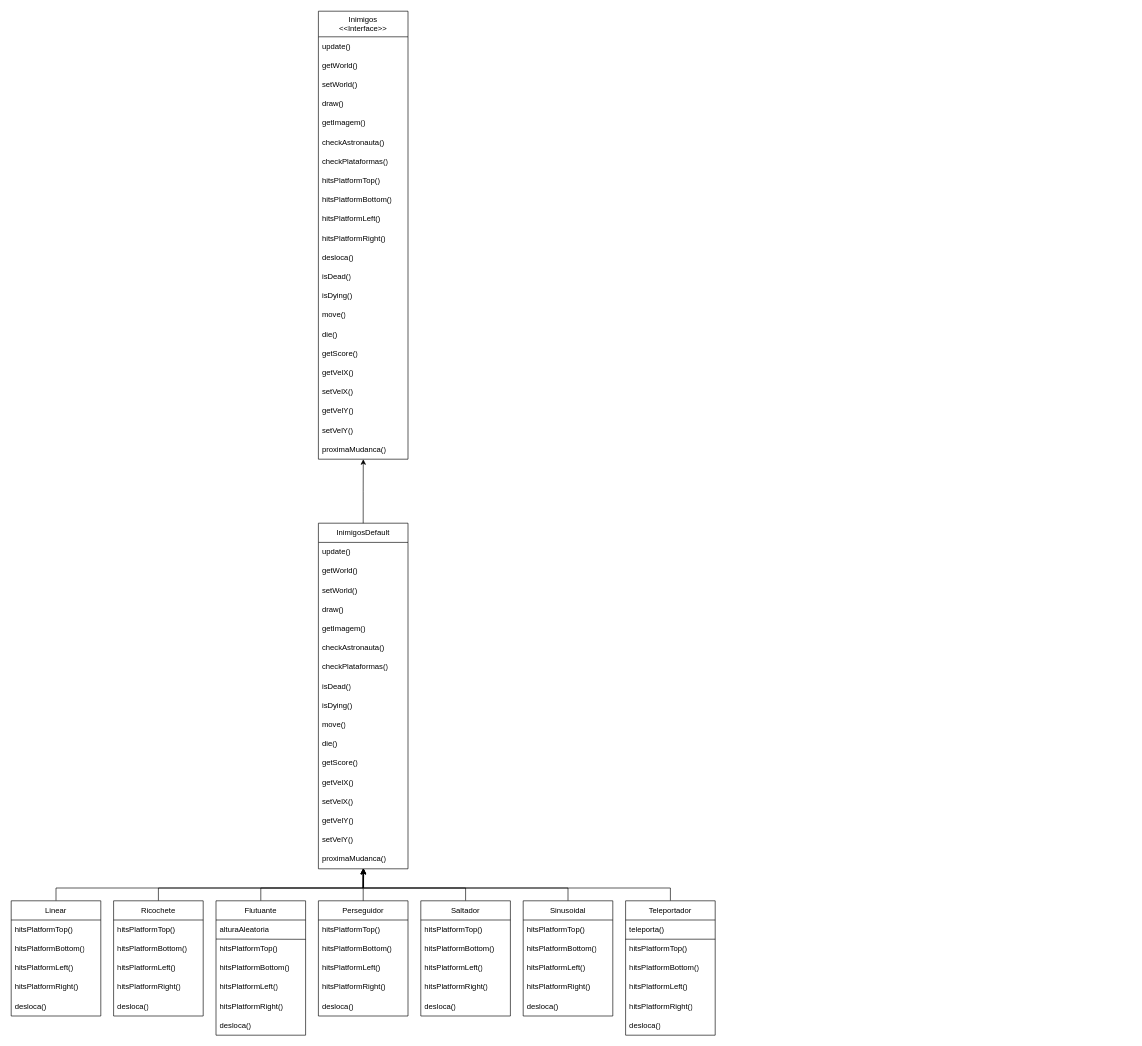
DilanPereira/Programacao keeps this draw.io diagram as Untitled Diagram.drawio. Above is the earlier version. Source tidied: cells renumbered, new cells numbered last; positions are measured from the earlier drawing's top-left corner, leaving out a move shared by most shapes. Both pictures are drawn from the tidied source at 64%, with x=0, y=0 at pixel (11, 11).
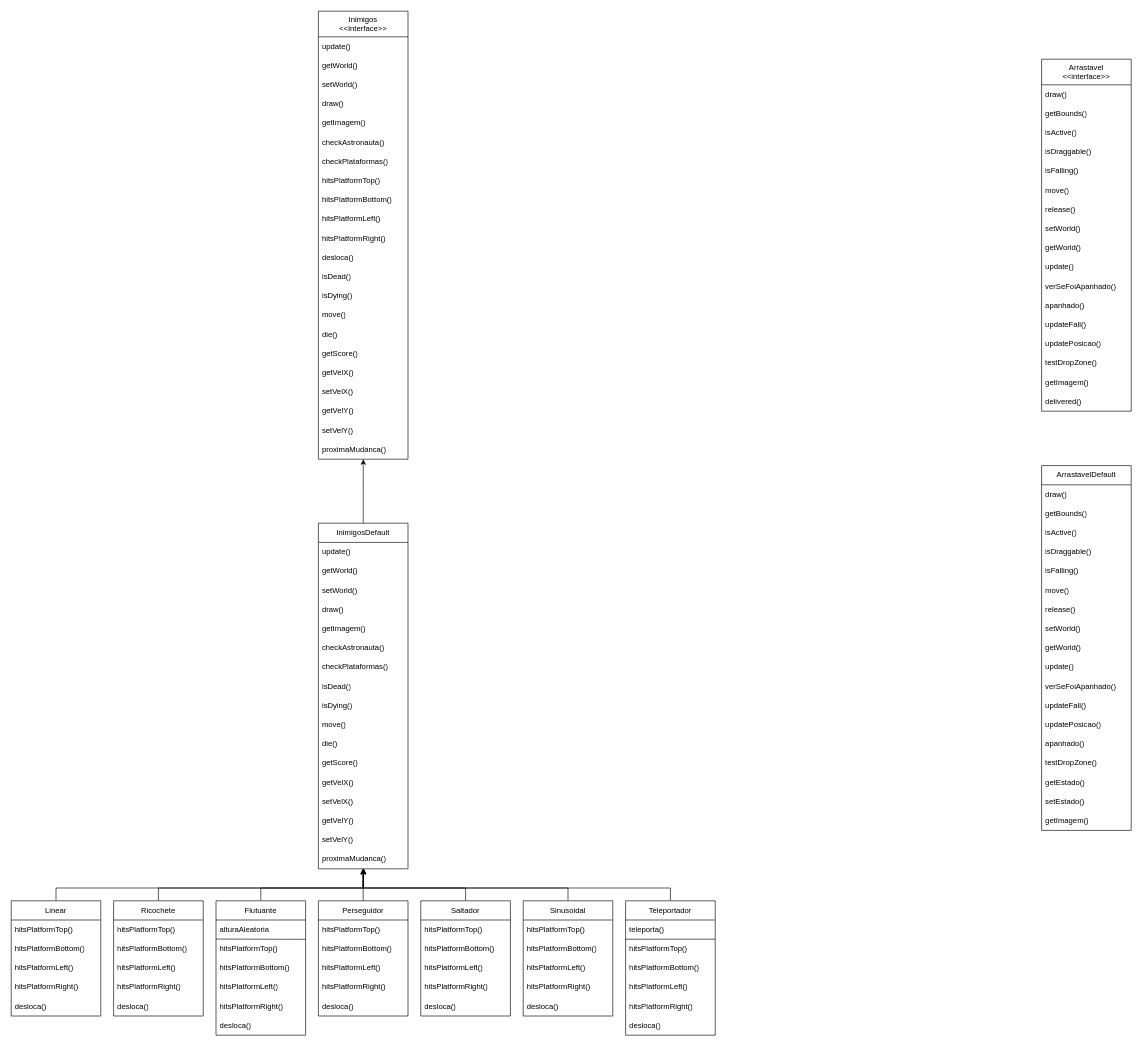
The same diagram, later.

The edit, as a diff of the source:
```diff
@@
+    <mxCell id="97" value="&lt;div&gt;Arrastavel&lt;/div&gt;&lt;div&gt;&amp;lt;&amp;lt;interface&amp;gt;&amp;gt;&lt;/div&gt;" style="swimlane;fontStyle=0;horizontal=1;startSize=40;whiteSpace=wrap;html=1;" parent="1" vertex="1">
+      <mxGeometry x="1610" y="75" width="140" height="550" as="geometry" />
+    </mxCell>
+    <mxCell id="98" value="draw()" style="text;strokeColor=none;fillColor=none;align=left;verticalAlign=middle;spacingLeft=4;spacingRight=4;overflow=hidden;whiteSpace=wrap;html=1;" parent="97" vertex="1">
+      <mxGeometry y="40" width="140" height="30" as="geometry" />
+    </mxCell>
+    <mxCell id="99" value="getBounds()" style="text;strokeColor=none;fillColor=none;align=left;verticalAlign=middle;spacingLeft=4;spacingRight=4;overflow=hidden;whiteSpace=wrap;html=1;" parent="97" vertex="1">
+      <mxGeometry y="70" width="140" height="30" as="geometry" />
+    </mxCell>
+    <mxCell id="100" value="isActive()" style="text;strokeColor=none;fillColor=none;align=left;verticalAlign=middle;spacingLeft=4;spacingRight=4;overflow=hidden;whiteSpace=wrap;html=1;" parent="97" vertex="1">
+      <mxGeometry y="100" width="140" height="30" as="geometry" />
+    </mxCell>
+    <mxCell id="101" value="isDraggable()" style="text;strokeColor=none;fillColor=none;align=left;verticalAlign=middle;spacingLeft=4;spacingRight=4;overflow=hidden;whiteSpace=wrap;html=1;" parent="97" vertex="1">
+      <mxGeometry y="130" width="140" height="30" as="geometry" />
+    </mxCell>
+    <mxCell id="102" value="isFalling()" style="text;strokeColor=none;fillColor=none;align=left;verticalAlign=middle;spacingLeft=4;spacingRight=4;overflow=hidden;whiteSpace=wrap;html=1;" parent="97" vertex="1">
+      <mxGeometry y="160" width="140" height="30" as="geometry" />
+    </mxCell>
+    <mxCell id="103" value="move()" style="text;strokeColor=none;fillColor=none;align=left;verticalAlign=middle;spacingLeft=4;spacingRight=4;overflow=hidden;whiteSpace=wrap;html=1;" parent="97" vertex="1">
+      <mxGeometry y="190" width="140" height="30" as="geometry" />
+    </mxCell>
+    <mxCell id="104" value="release()" style="text;strokeColor=none;fillColor=none;align=left;verticalAlign=middle;spacingLeft=4;spacingRight=4;overflow=hidden;whiteSpace=wrap;html=1;" parent="97" vertex="1">
+      <mxGeometry y="220" width="140" height="30" as="geometry" />
+    </mxCell>
+    <mxCell id="105" value="setWorld()" style="text;strokeColor=none;fillColor=none;align=left;verticalAlign=middle;spacingLeft=4;spacingRight=4;overflow=hidden;whiteSpace=wrap;html=1;" parent="97" vertex="1">
+      <mxGeometry y="250" width="140" height="30" as="geometry" />
+    </mxCell>
+    <mxCell id="106" value="getWorld()" style="text;strokeColor=none;fillColor=none;align=left;verticalAlign=middle;spacingLeft=4;spacingRight=4;overflow=hidden;whiteSpace=wrap;html=1;" parent="97" vertex="1">
+      <mxGeometry y="280" width="140" height="30" as="geometry" />
+    </mxCell>
+    <mxCell id="107" value="update()" style="text;strokeColor=none;fillColor=none;align=left;verticalAlign=middle;spacingLeft=4;spacingRight=4;overflow=hidden;whiteSpace=wrap;html=1;" parent="97" vertex="1">
+      <mxGeometry y="310" width="140" height="30" as="geometry" />
+    </mxCell>
+    <mxCell id="108" value="verSeFoiApanhado()" style="text;strokeColor=none;fillColor=none;align=left;verticalAlign=middle;spacingLeft=4;spacingRight=4;overflow=hidden;whiteSpace=wrap;html=1;" parent="97" vertex="1">
+      <mxGeometry y="340" width="140" height="30" as="geometry" />
+    </mxCell>
+    <mxCell id="109" value="apanhado()" style="text;strokeColor=none;fillColor=none;align=left;verticalAlign=middle;spacingLeft=4;spacingRight=4;overflow=hidden;whiteSpace=wrap;html=1;" parent="97" vertex="1">
+      <mxGeometry y="370" width="140" height="30" as="geometry" />
+    </mxCell>
+    <mxCell id="110" value="updateFall()" style="text;strokeColor=none;fillColor=none;align=left;verticalAlign=middle;spacingLeft=4;spacingRight=4;overflow=hidden;whiteSpace=wrap;html=1;" parent="97" vertex="1">
+      <mxGeometry y="400" width="140" height="30" as="geometry" />
+    </mxCell>
+    <mxCell id="111" value="updatePosicao()" style="text;strokeColor=none;fillColor=none;align=left;verticalAlign=middle;spacingLeft=4;spacingRight=4;overflow=hidden;whiteSpace=wrap;html=1;" parent="97" vertex="1">
+      <mxGeometry y="430" width="140" height="30" as="geometry" />
+    </mxCell>
+    <mxCell id="112" value="testDropZone()" style="text;strokeColor=none;fillColor=none;align=left;verticalAlign=middle;spacingLeft=4;spacingRight=4;overflow=hidden;whiteSpace=wrap;html=1;" parent="97" vertex="1">
+      <mxGeometry y="460" width="140" height="30" as="geometry" />
+    </mxCell>
+    <mxCell id="113" value="getImagem()" style="text;strokeColor=none;fillColor=none;align=left;verticalAlign=middle;spacingLeft=4;spacingRight=4;overflow=hidden;whiteSpace=wrap;html=1;" parent="97" vertex="1">
+      <mxGeometry y="490" width="140" height="30" as="geometry" />
+    </mxCell>
+    <mxCell id="114" value="delivered()" style="text;strokeColor=none;fillColor=none;align=left;verticalAlign=middle;spacingLeft=4;spacingRight=4;overflow=hidden;whiteSpace=wrap;html=1;" parent="97" vertex="1">
+      <mxGeometry y="520" width="140" height="30" as="geometry" />
+    </mxCell>
+    <mxCell id="115" value="ArrastavelDefault" style="swimlane;fontStyle=0;horizontal=1;startSize=30;whiteSpace=wrap;html=1;" parent="1" vertex="1">
+      <mxGeometry x="1610" y="710" width="140" height="570" as="geometry" />
+    </mxCell>
+    <mxCell id="116" value="draw()" style="text;strokeColor=none;fillColor=none;align=left;verticalAlign=middle;spacingLeft=4;spacingRight=4;overflow=hidden;whiteSpace=wrap;html=1;" parent="115" vertex="1">
+      <mxGeometry y="30" width="140" height="30" as="geometry" />
+    </mxCell>
+    <mxCell id="117" value="getBounds()" style="text;strokeColor=none;fillColor=none;align=left;verticalAlign=middle;spacingLeft=4;spacingRight=4;overflow=hidden;whiteSpace=wrap;html=1;" parent="115" vertex="1">
+      <mxGeometry y="60" width="140" height="30" as="geometry" />
+    </mxCell>
+    <mxCell id="118" value="isActive()" style="text;strokeColor=none;fillColor=none;align=left;verticalAlign=middle;spacingLeft=4;spacingRight=4;overflow=hidden;whiteSpace=wrap;html=1;" parent="115" vertex="1">
+      <mxGeometry y="90" width="140" height="30" as="geometry" />
+    </mxCell>
+    <mxCell id="119" value="isDraggable()" style="text;strokeColor=none;fillColor=none;align=left;verticalAlign=middle;spacingLeft=4;spacingRight=4;overflow=hidden;whiteSpace=wrap;html=1;" parent="115" vertex="1">
+      <mxGeometry y="120" width="140" height="30" as="geometry" />
+    </mxCell>
+    <mxCell id="120" value="isFalling()" style="text;strokeColor=none;fillColor=none;align=left;verticalAlign=middle;spacingLeft=4;spacingRight=4;overflow=hidden;whiteSpace=wrap;html=1;" parent="115" vertex="1">
+      <mxGeometry y="150" width="140" height="30" as="geometry" />
+    </mxCell>
+    <mxCell id="121" value="move()" style="text;strokeColor=none;fillColor=none;align=left;verticalAlign=middle;spacingLeft=4;spacingRight=4;overflow=hidden;whiteSpace=wrap;html=1;" parent="115" vertex="1">
+      <mxGeometry y="180" width="140" height="30" as="geometry" />
+    </mxCell>
+    <mxCell id="122" value="release()" style="text;strokeColor=none;fillColor=none;align=left;verticalAlign=middle;spacingLeft=4;spacingRight=4;overflow=hidden;whiteSpace=wrap;html=1;" parent="115" vertex="1">
+      <mxGeometry y="210" width="140" height="30" as="geometry" />
+    </mxCell>
+    <mxCell id="123" value="setWorld()" style="text;strokeColor=none;fillColor=none;align=left;verticalAlign=middle;spacingLeft=4;spacingRight=4;overflow=hidden;whiteSpace=wrap;html=1;" parent="115" vertex="1">
+      <mxGeometry y="240" width="140" height="30" as="geometry" />
+    </mxCell>
+    <mxCell id="124" value="getWorld()" style="text;strokeColor=none;fillColor=none;align=left;verticalAlign=middle;spacingLeft=4;spacingRight=4;overflow=hidden;whiteSpace=wrap;html=1;" parent="115" vertex="1">
+      <mxGeometry y="270" width="140" height="30" as="geometry" />
+    </mxCell>
+    <mxCell id="125" value="update()" style="text;strokeColor=none;fillColor=none;align=left;verticalAlign=middle;spacingLeft=4;spacingRight=4;overflow=hidden;whiteSpace=wrap;html=1;" parent="115" vertex="1">
+      <mxGeometry y="300" width="140" height="30" as="geometry" />
+    </mxCell>
+    <mxCell id="126" value="verSeFoiApanhado()" style="text;strokeColor=none;fillColor=none;align=left;verticalAlign=middle;spacingLeft=4;spacingRight=4;overflow=hidden;whiteSpace=wrap;html=1;" parent="115" vertex="1">
+      <mxGeometry y="330" width="140" height="30" as="geometry" />
+    </mxCell>
+    <mxCell id="127" value="updateFall()" style="text;strokeColor=none;fillColor=none;align=left;verticalAlign=middle;spacingLeft=4;spacingRight=4;overflow=hidden;whiteSpace=wrap;html=1;" parent="115" vertex="1">
+      <mxGeometry y="360" width="140" height="30" as="geometry" />
+    </mxCell>
+    <mxCell id="128" value="updatePosicao()" style="text;strokeColor=none;fillColor=none;align=left;verticalAlign=middle;spacingLeft=4;spacingRight=4;overflow=hidden;whiteSpace=wrap;html=1;" parent="115" vertex="1">
+      <mxGeometry y="390" width="140" height="30" as="geometry" />
+    </mxCell>
+    <mxCell id="129" value="apanhado()" style="text;strokeColor=none;fillColor=none;align=left;verticalAlign=middle;spacingLeft=4;spacingRight=4;overflow=hidden;whiteSpace=wrap;html=1;" parent="115" vertex="1">
+      <mxGeometry y="420" width="140" height="30" as="geometry" />
+    </mxCell>
+    <mxCell id="130" value="testDropZone()" style="text;strokeColor=none;fillColor=none;align=left;verticalAlign=middle;spacingLeft=4;spacingRight=4;overflow=hidden;whiteSpace=wrap;html=1;" parent="115" vertex="1">
+      <mxGeometry y="450" width="140" height="30" as="geometry" />
+    </mxCell>
+    <mxCell id="131" value="getEstado()" style="text;strokeColor=none;fillColor=none;align=left;verticalAlign=middle;spacingLeft=4;spacingRight=4;overflow=hidden;whiteSpace=wrap;html=1;" parent="115" vertex="1">
+      <mxGeometry y="480" width="140" height="30" as="geometry" />
+    </mxCell>
+    <mxCell id="132" value="setEstado()" style="text;strokeColor=none;fillColor=none;align=left;verticalAlign=middle;spacingLeft=4;spacingRight=4;overflow=hidden;whiteSpace=wrap;html=1;" parent="115" vertex="1">
+      <mxGeometry y="510" width="140" height="30" as="geometry" />
+    </mxCell>
+    <mxCell id="133" value="getImagem()" style="text;strokeColor=none;fillColor=none;align=left;verticalAlign=middle;spacingLeft=4;spacingRight=4;overflow=hidden;whiteSpace=wrap;html=1;" parent="115" vertex="1">
+      <mxGeometry y="540" width="140" height="30" as="geometry" />
+    </mxCell>
```
